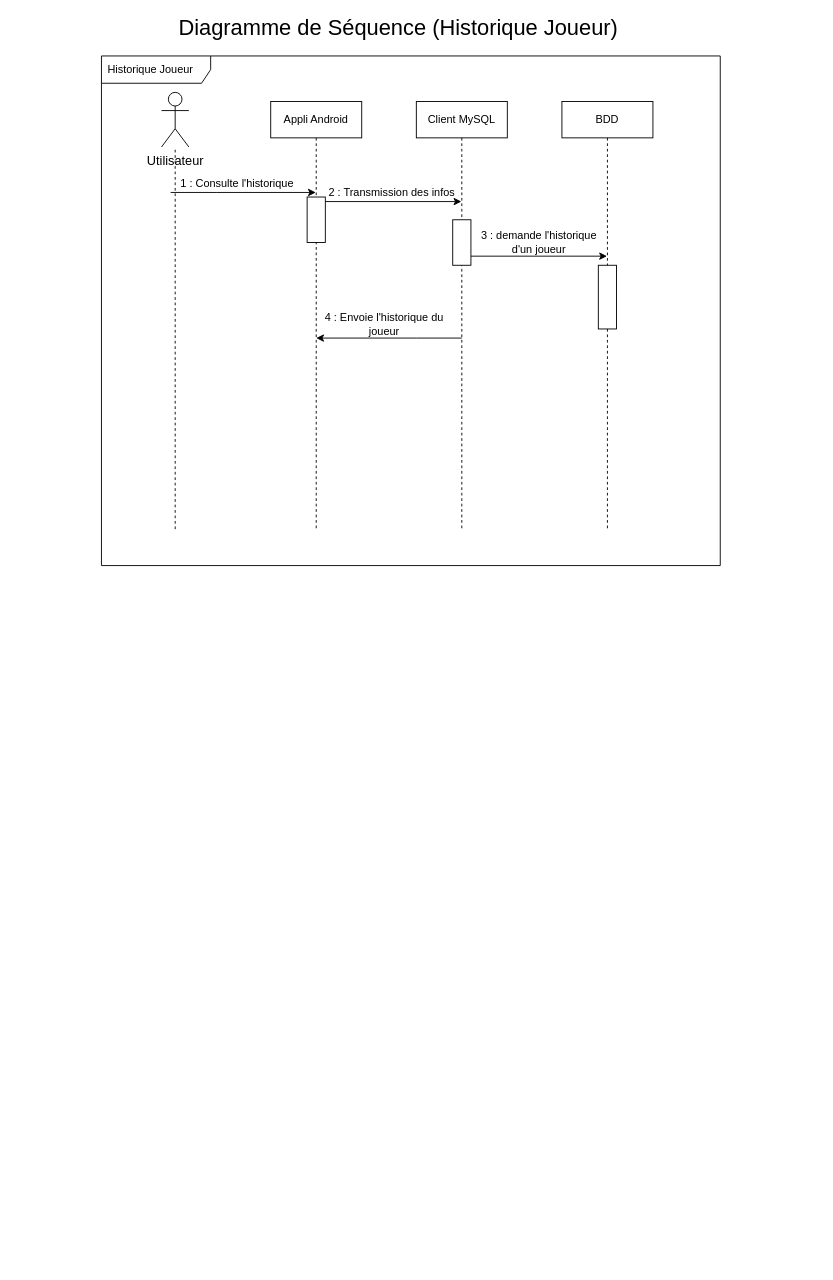
Above: Diagramme/Diagramme de Séquence (Historique).drawio in Hazim-AS/SensorPong (draw.io), before the change. Source tidied: cells renumbered, new cells numbered last; positions are measured from the earlier drawing's top-left corner, leaving out a move shared by most shapes. Both pictures are drawn from the tidied source at 91%, with x=0, y=0 at pixel (101, 19).
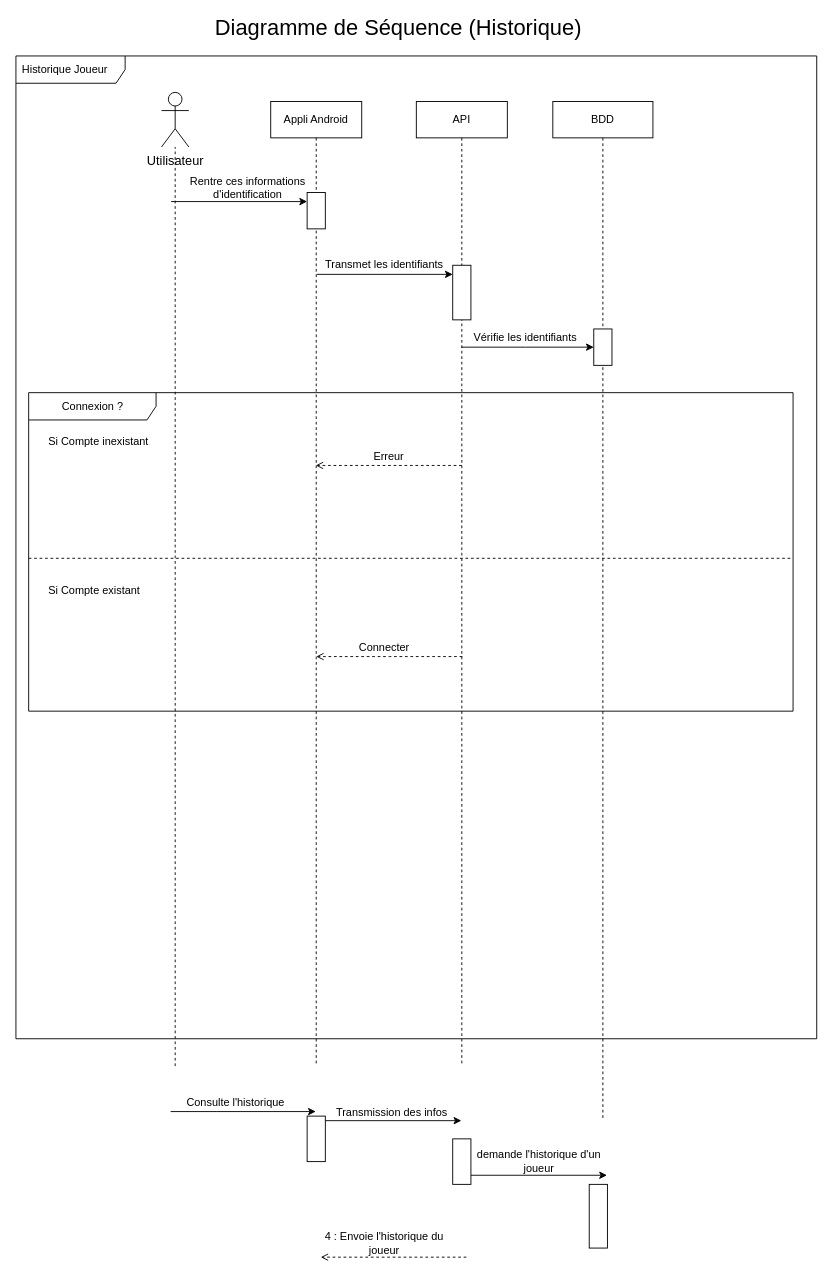
Above is the later version.

Unchanged cells that the change refers to:
```xml
<mxCell id="10" value="&lt;span style=&quot;font-size: 14px&quot;&gt;Utilisateur&lt;/span&gt;" style="shape=umlActor;verticalLabelPosition=bottom;verticalAlign=top;html=1;" parent="1" vertex="1">
  <mxGeometry x="66" y="80" width="30" height="60" as="geometry" />
</mxCell>
```

What changed in the source:
```diff
@@
     <mxCell id="2" value="Historique Joueur" style="shape=umlFrame;whiteSpace=wrap;html=1;width=120;height=30;boundedLbl=1;verticalAlign=middle;align=left;spacingLeft=5;" parent="1" vertex="1">
-      <mxGeometry y="40" width="680" height="560" as="geometry" />
+      <mxGeometry x="-94" y="40" width="880" height="1080" as="geometry" />
     </mxCell>
     <mxCell id="3" value="Appli Android" style="shape=umlLifeline;perimeter=lifelinePerimeter;whiteSpace=wrap;html=1;outlineConnect=0;" parent="1" vertex="1">
-      <mxGeometry x="186" y="90" width="100" height="470" as="geometry" />
+      <mxGeometry x="186" y="90" width="100" height="1060" as="geometry" />
     </mxCell>
     <mxCell id="4" style="rounded=0;whiteSpace=wrap;html=1;fontSize=14;" parent="3" vertex="1">
-      <mxGeometry x="40" y="105" width="20" height="50" as="geometry" />
+      <mxGeometry x="40" y="1115" width="20" height="50" as="geometry" />
     </mxCell>
+    <mxCell id="20" style="rounded=0;whiteSpace=wrap;html=1;" parent="3" vertex="1">
+      <mxGeometry x="40" y="100" width="20" height="40" as="geometry" />
+    </mxCell>
+    <mxCell id="21" style="html=1;verticalAlign=bottom;labelBackgroundColor=none;endArrow=open;endFill=0;dashed=1;rounded=0;" parent="3" edge="1">
+      <mxGeometry relative="1" as="geometry">
+        <mxPoint x="210.5" y="610" as="sourcePoint" />
+        <mxPoint x="50" y="610" as="targetPoint" />
+        <Array as="points">
+          <mxPoint x="130.5" y="610" />
+        </Array>
+      </mxGeometry>
+    </mxCell>
-    <mxCell id="5" value="Client MySQL" style="shape=umlLifeline;perimeter=lifelinePerimeter;whiteSpace=wrap;html=1;outlineConnect=0;" parent="1" vertex="1">
-      <mxGeometry x="346" y="90" width="100" height="470" as="geometry" />
+    <mxCell id="5" value="API" style="shape=umlLifeline;perimeter=lifelinePerimeter;whiteSpace=wrap;html=1;outlineConnect=0;" parent="1" vertex="1">
+      <mxGeometry x="346" y="90" width="100" height="1060" as="geometry" />
     </mxCell>
     <mxCell id="6" style="rounded=0;whiteSpace=wrap;html=1;fontSize=14;" parent="5" vertex="1">
-      <mxGeometry x="40" y="130" width="20" height="50" as="geometry" />
+      <mxGeometry x="40" y="1140" width="20" height="50" as="geometry" />
     </mxCell>
+    <mxCell id="22" style="rounded=0;whiteSpace=wrap;html=1;" parent="5" vertex="1">
+      <mxGeometry x="40" y="180" width="20" height="60" as="geometry" />
+    </mxCell>
     <mxCell id="7" value="BDD" style="shape=umlLifeline;perimeter=lifelinePerimeter;whiteSpace=wrap;html=1;" parent="1" vertex="1">
-      <mxGeometry x="506" y="90" width="100" height="470" as="geometry" />
+      <mxGeometry x="496" y="90" width="110" height="1120" as="geometry" />
     </mxCell>
     <mxCell id="8" style="rounded=0;whiteSpace=wrap;html=1;fontSize=14;" parent="7" vertex="1">
-      <mxGeometry x="40" y="180" width="20" height="70" as="geometry" />
+      <mxGeometry x="40" y="1190" width="20" height="70" as="geometry" />
     </mxCell>
+    <mxCell id="23" style="rounded=0;whiteSpace=wrap;html=1;" parent="7" vertex="1">
+      <mxGeometry x="45" y="250" width="20" height="40" as="geometry" />
+    </mxCell>
-    <mxCell id="9" value="&lt;font style=&quot;font-size: 24px&quot;&gt;Diagramme de Séquence (Historique Joueur)&lt;/font&gt;" style="text;html=1;align=center;verticalAlign=middle;fillColor=none;strokeColor=none;rounded=0;" parent="1" vertex="1">
-      <mxGeometry x="76" width="500" height="20" as="geometry" />
+    <mxCell id="9" value="&lt;font style=&quot;font-size: 24px&quot;&gt;Diagramme de Séquence (Historique)&lt;/font&gt;" style="text;html=1;align=center;verticalAlign=middle;fillColor=none;strokeColor=none;rounded=0;" parent="1" vertex="1">
+      <mxGeometry x="116" width="420" height="20" as="geometry" />
     </mxCell>
@@
     <mxCell id="11" style="endArrow=none;dashed=1;html=1;rounded=0;startArrow=none;" parent="1" edge="1" target="10">
       <mxGeometry relative="1" as="geometry">
-        <mxPoint x="81" y="560" as="sourcePoint" />
+        <mxPoint x="81" y="1150" as="sourcePoint" />
       </mxGeometry>
     </mxCell>
-    <mxCell id="12" style="endArrow=classic;html=1;rounded=0;" parent="1" edge="1" target="3">
+    <mxCell id="12" style="endArrow=classic;html=1;rounded=0;" parent="1" edge="1">
       <mxGeometry relative="1" as="geometry">
-        <mxPoint x="76" y="190" as="sourcePoint" />
+        <mxPoint x="76" y="1200" as="sourcePoint" />
+        <mxPoint x="235.5" y="1200" as="targetPoint" />
         <Array as="points">
-          <mxPoint x="126" y="190" />
+          <mxPoint x="126" y="1200" />
         </Array>
       </mxGeometry>
     </mxCell>
-    <mxCell id="13" value="&amp;nbsp; 1 : Consulte l'historique" style="text;html=1;strokeColor=none;fillColor=none;align=center;verticalAlign=middle;whiteSpace=wrap;rounded=0;" parent="1" vertex="1">
-      <mxGeometry x="76" y="170" width="140" height="20" as="geometry" />
+    <mxCell id="13" value="&amp;nbsp;Consulte l'historique" style="text;html=1;strokeColor=none;fillColor=none;align=center;verticalAlign=middle;whiteSpace=wrap;rounded=0;" parent="1" vertex="1">
+      <mxGeometry x="76" y="1180" width="140" height="20" as="geometry" />
     </mxCell>
     <mxCell id="14" style="endArrow=classic;html=1;rounded=0;" parent="1" edge="1">
       <mxGeometry relative="1" as="geometry">
-        <mxPoint x="246" y="200" as="sourcePoint" />
-        <mxPoint x="395.5" y="200" as="targetPoint" />
+        <mxPoint x="246" y="1210" as="sourcePoint" />
+        <mxPoint x="395.5" y="1210" as="targetPoint" />
       </mxGeometry>
     </mxCell>
-    <mxCell id="15" value="2 : Transmission des infos&amp;nbsp;" style="text;html=1;strokeColor=none;fillColor=none;align=center;verticalAlign=middle;whiteSpace=wrap;rounded=0;" parent="1" vertex="1">
-      <mxGeometry x="236" y="180" width="170" height="20" as="geometry" />
+    <mxCell id="15" value="Transmission des infos&amp;nbsp;" style="text;html=1;strokeColor=none;fillColor=none;align=center;verticalAlign=middle;whiteSpace=wrap;rounded=0;" parent="1" vertex="1">
+      <mxGeometry x="236" y="1191" width="170" height="20" as="geometry" />
     </mxCell>
-    <mxCell id="16" value="3 : demande l'historique d'un joueur" style="text;html=1;strokeColor=none;fillColor=none;align=center;verticalAlign=middle;whiteSpace=wrap;rounded=0;" parent="1" vertex="1">
-      <mxGeometry x="406" y="230" width="150" height="30" as="geometry" />
+    <mxCell id="16" value="demande l'historique d'un joueur" style="text;html=1;strokeColor=none;fillColor=none;align=center;verticalAlign=middle;whiteSpace=wrap;rounded=0;" parent="1" vertex="1">
+      <mxGeometry x="406" y="1240" width="150" height="30" as="geometry" />
     </mxCell>
     <mxCell id="17" value="4 : Envoie l'historique du joueur" style="text;html=1;strokeColor=none;fillColor=none;align=center;verticalAlign=middle;whiteSpace=wrap;rounded=0;fontFamily=Helvetica;fontSize=12;fontColor=default;" parent="1" vertex="1">
-      <mxGeometry x="236" y="320" width="150" height="30" as="geometry" />
+      <mxGeometry x="236" y="1330" width="150" height="30" as="geometry" />
     </mxCell>
     <mxCell id="18" style="endArrow=classic;html=1;rounded=0;" parent="1" edge="1">
       <mxGeometry relative="1" as="geometry">
-        <mxPoint x="406" y="260" as="sourcePoint" />
-        <mxPoint x="555.5" y="260" as="targetPoint" />
+        <mxPoint x="406" y="1270" as="sourcePoint" />
+        <mxPoint x="555.5" y="1270" as="targetPoint" />
       </mxGeometry>
     </mxCell>
-    <mxCell id="19" style="endArrow=classic;html=1;rounded=0;" parent="1" edge="1">
-      <mxGeometry relative="1" as="geometry">
-        <mxPoint x="396" y="350" as="sourcePoint" />
-        <mxPoint x="236" y="350" as="targetPoint" />
-        <Array as="points">
-          <mxPoint x="346.5" y="350" />
-        </Array>
-      </mxGeometry>
-    </mxCell>
+    <mxCell id="24" style="endArrow=classic;html=1;rounded=0;" parent="1" edge="1">
+      <mxGeometry relative="1" as="geometry">
+        <mxPoint x="76.5" y="200" as="sourcePoint" />
+        <mxPoint x="226" y="200" as="targetPoint" />
+      </mxGeometry>
+    </mxCell>
+    <mxCell id="25" value="Rentre ces informations d'identification" style="text;html=1;strokeColor=none;fillColor=none;align=center;verticalAlign=middle;whiteSpace=wrap;rounded=0;" parent="1" vertex="1">
+      <mxGeometry x="86" y="170" width="150" height="30" as="geometry" />
+    </mxCell>
+    <mxCell id="26" style="endArrow=classic;html=1;rounded=0;" parent="1" edge="1">
+      <mxGeometry relative="1" as="geometry">
+        <mxPoint x="236.5" y="280" as="sourcePoint" />
+        <mxPoint x="386" y="280" as="targetPoint" />
+      </mxGeometry>
+    </mxCell>
+    <mxCell id="27" value="Transmet les identifiants" style="text;html=1;strokeColor=none;fillColor=none;align=center;verticalAlign=middle;whiteSpace=wrap;rounded=0;" parent="1" vertex="1">
+      <mxGeometry x="236" y="260" width="150" height="20" as="geometry" />
+    </mxCell>
+    <mxCell id="28" style="endArrow=classic;html=1;rounded=0;entryX=0;entryY=0.5;entryDx=0;entryDy=0;" parent="1" edge="1" source="5" target="23">
+      <mxGeometry relative="1" as="geometry">
+        <Array as="points">
+          <mxPoint x="466" y="360" />
+        </Array>
+      </mxGeometry>
+    </mxCell>
+    <mxCell id="29" value="Vérifie les identifiants" style="text;html=1;strokeColor=none;fillColor=none;align=center;verticalAlign=middle;whiteSpace=wrap;rounded=0;" parent="1" vertex="1">
+      <mxGeometry x="396" y="340" width="140" height="20" as="geometry" />
+    </mxCell>
+    <mxCell id="30" style="html=1;verticalAlign=bottom;labelBackgroundColor=none;endArrow=open;endFill=0;dashed=1;rounded=0;" parent="1" edge="1">
+      <mxGeometry relative="1" as="geometry">
+        <mxPoint x="401" y="1360" as="sourcePoint" />
+        <mxPoint x="241" y="1360" as="targetPoint" />
+      </mxGeometry>
+    </mxCell>
+    <mxCell id="31" style="html=1;verticalAlign=bottom;labelBackgroundColor=none;endArrow=open;endFill=0;dashed=1;rounded=0;" parent="1" edge="1" target="3">
+      <mxGeometry relative="1" as="geometry">
+        <mxPoint x="396" y="490" as="sourcePoint" />
+        <Array as="points">
+          <mxPoint x="316" y="490" />
+        </Array>
+      </mxGeometry>
+    </mxCell>
+    <mxCell id="32" value="Erreur" style="text;html=1;strokeColor=none;fillColor=none;align=center;verticalAlign=middle;whiteSpace=wrap;rounded=0;" parent="1" vertex="1">
+      <mxGeometry x="286" y="470" width="60" height="20" as="geometry" />
+    </mxCell>
+    <mxCell id="33" value="Connecter" style="text;html=1;strokeColor=none;fillColor=none;align=center;verticalAlign=middle;whiteSpace=wrap;rounded=0;" parent="1" vertex="1">
+      <mxGeometry x="281" y="680" width="60" height="20" as="geometry" />
+    </mxCell>
+    <mxCell id="34" value="Connexion ?" style="shape=umlFrame;tabWidth=110;tabHeight=30;tabPosition=left;html=1;boundedLbl=1;labelInHeader=1;width=140;height=30;" parent="1" vertex="1">
+      <mxGeometry x="-80" y="410" width="840" height="350" as="geometry" />
+    </mxCell>
+    <mxCell id="35" value="Si Compte inexistant " style="text;" parent="34" vertex="1">
+      <mxGeometry width="120" height="20" relative="1" as="geometry">
+        <mxPoint x="20" y="40" as="offset" />
+      </mxGeometry>
+    </mxCell>
+    <mxCell id="36" value="Si Compte existant" style="line;strokeWidth=1;dashed=1;labelPosition=center;verticalLabelPosition=bottom;align=left;verticalAlign=top;spacingLeft=20;spacingTop=15;" parent="34" vertex="1">
+      <mxGeometry y="175" width="840" height="14" as="geometry" />
+    </mxCell>
```
